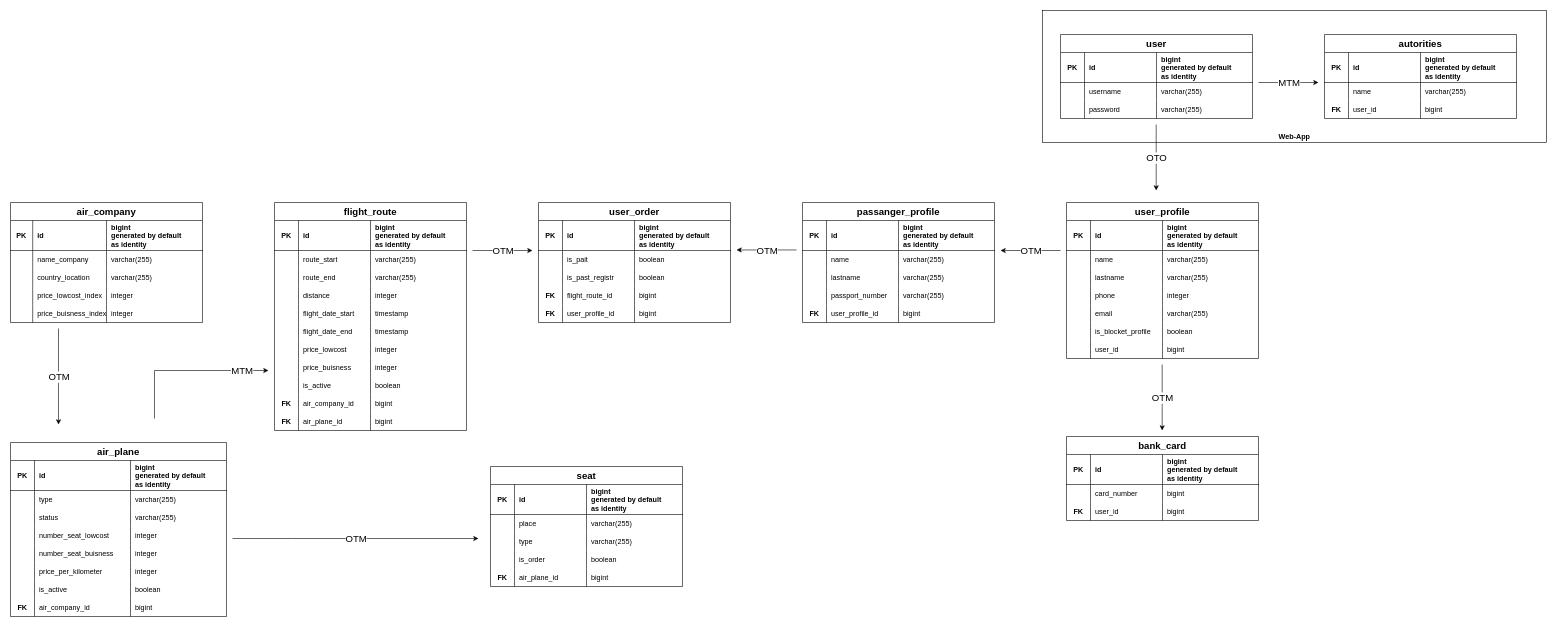
This is Untitled Diagram.drawio from anomalmishka/myProject, a draw.io file, before an edit. Source tidied: cells renumbered, new cells numbered last; positions are measured from the earlier drawing's top-left corner, leaving out a move shared by most shapes. Both pictures are drawn from the tidied source at 60%, with x=0, y=0 at pixel (10, 10).
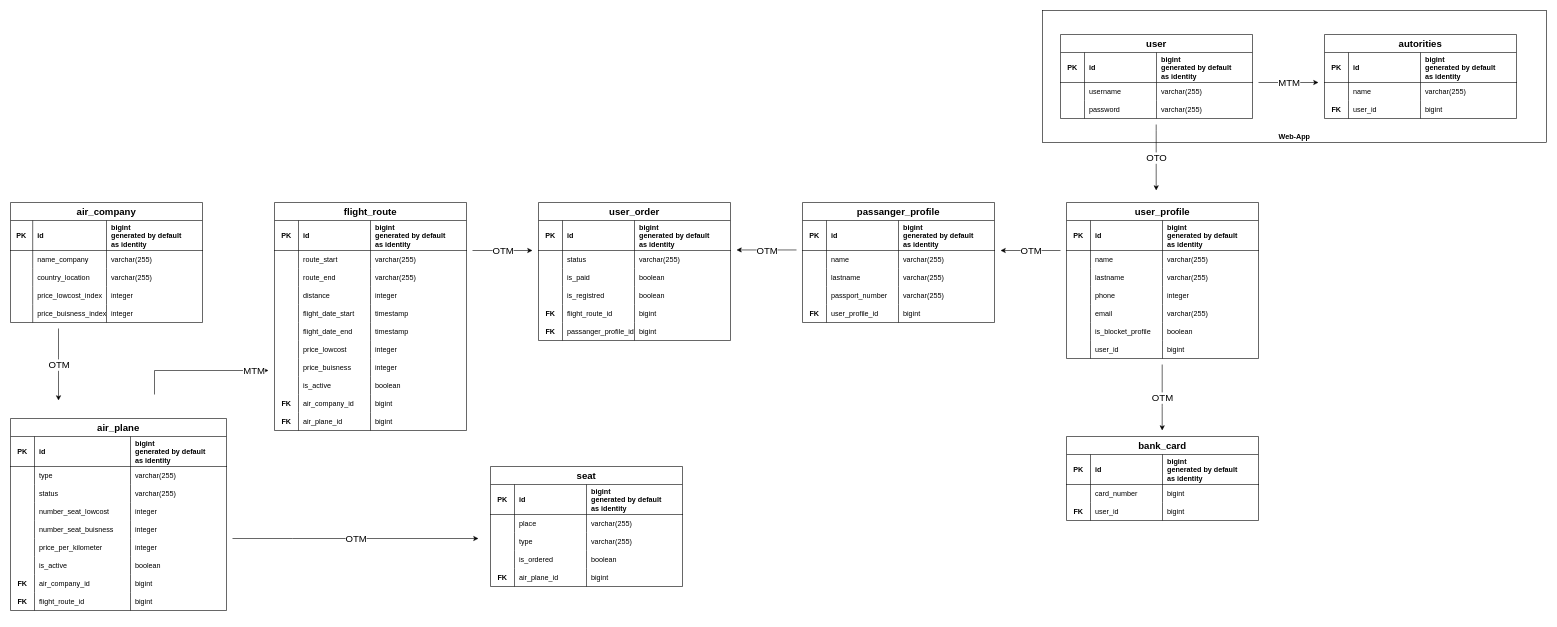
Above is the later version.

Unchanged cells that the change refers to:
```xml
<mxCell id="239" style="shape=partialRectangle;fillColor=none;top=0;left=0;right=0;bottom=0;" parent="226" vertex="1">
  <mxGeometry y="140" width="320" height="30" as="geometry" />
</mxCell>
```

Diff of the diagram source:
```diff
@@
     <mxCell id="66" style="endArrow=classic;html=1;rounded=0;fontSize=16;edgeStyle=orthogonalEdgeStyle;" parent="1" edge="1">
       <mxGeometry relative="1" as="geometry">
         <mxPoint x="80" y="530" as="sourcePoint" />
-        <mxPoint x="80" y="690" as="targetPoint" />
+        <mxPoint x="80" y="650" as="targetPoint" />
         <Array as="points">
           <mxPoint x="79.7" y="579" />
           <mxPoint x="79.7" y="799" />
         </Array>
       </mxGeometry>
     </mxCell>
@@
     <mxCell id="68" value="air_plane" style="shape=table;startSize=30;childLayout=tableLayout;rowLines=0;fontStyle=1;align=center;fontSize=16;spacing=2;" parent="1" vertex="1">
-      <mxGeometry y="720" width="360" height="290" as="geometry" />
+      <mxGeometry y="680" width="360" height="320" as="geometry" />
     </mxCell>
@@
+    <mxCell id="251" style="shape=partialRectangle;fillColor=none;top=0;left=0;right=0;bottom=0;" parent="68" vertex="1">
+      <mxGeometry y="290" width="360" height="30" as="geometry" />
+    </mxCell>
+    <mxCell id="252" value="FK" style="shape=partialRectangle;overflow=hidden;fillColor=none;top=0;left=0;bottom=0;right=0;fontStyle=1;" parent="251" vertex="1">
+      <mxGeometry width="40" height="30" as="geometry" />
+    </mxCell>
+    <mxCell id="253" value="flight_route_id" style="shape=partialRectangle;overflow=hidden;fillColor=none;top=0;left=0;bottom=0;right=0;align=left;spacingLeft=6;" parent="251" vertex="1">
+      <mxGeometry x="40" width="160" height="30" as="geometry" />
+    </mxCell>
+    <mxCell id="254" value="bigint" style="shape=partialRectangle;overflow=hidden;fillColor=none;top=0;left=0;bottom=0;right=0;align=left;spacingLeft=6;" parent="251" vertex="1">
+      <mxGeometry x="200" width="160" height="30" as="geometry" />
+    </mxCell>
@@
     <mxCell id="146" value="user_order" style="shape=table;startSize=30;childLayout=tableLayout;rowLines=0;fontStyle=1;align=center;fontSize=16;spacing=2;" parent="1" vertex="1">
-      <mxGeometry x="880" y="320" width="320" height="200" as="geometry" />
+      <mxGeometry x="880" y="320" width="320" height="230" as="geometry" />
     </mxCell>
@@
+    <mxCell id="255" style="shape=partialRectangle;fillColor=none;top=0;left=0;right=0;bottom=0;" parent="146" vertex="1">
+      <mxGeometry y="80" width="320" height="30" as="geometry" />
+    </mxCell>
+    <mxCell id="256" style="shape=partialRectangle;overflow=hidden;fillColor=none;top=0;left=0;bottom=0;right=0;" parent="255" vertex="1">
+      <mxGeometry width="40" height="30" as="geometry" />
+    </mxCell>
+    <mxCell id="257" value="status" style="shape=partialRectangle;overflow=hidden;fillColor=none;top=0;left=0;bottom=0;right=0;align=left;spacingLeft=6;" parent="255" vertex="1">
+      <mxGeometry x="40" width="120" height="30" as="geometry" />
+    </mxCell>
+    <mxCell id="258" value="varchar(255)" style="shape=partialRectangle;overflow=hidden;fillColor=none;top=0;left=0;bottom=0;right=0;align=left;spacingLeft=6;" parent="255" vertex="1">
+      <mxGeometry x="160" width="160" height="30" as="geometry" />
+    </mxCell>
     <mxCell id="151" style="shape=partialRectangle;fillColor=none;top=0;left=0;right=0;bottom=0;" parent="146" vertex="1">
-      <mxGeometry y="80" width="320" height="30" as="geometry" />
+      <mxGeometry y="110" width="320" height="30" as="geometry" />
     </mxCell>
@@
-    <mxCell id="153" value="is_pait" style="shape=partialRectangle;overflow=hidden;fillColor=none;top=0;left=0;bottom=0;right=0;align=left;spacingLeft=6;" parent="151" vertex="1">
+    <mxCell id="153" value="is_paid" style="shape=partialRectangle;overflow=hidden;fillColor=none;top=0;left=0;bottom=0;right=0;align=left;spacingLeft=6;" parent="151" vertex="1">
       <mxGeometry x="40" width="120" height="30" as="geometry" />
     </mxCell>
@@
     <mxCell id="155" style="shape=partialRectangle;fillColor=none;top=0;left=0;right=0;bottom=0;" parent="146" vertex="1">
-      <mxGeometry y="110" width="320" height="30" as="geometry" />
+      <mxGeometry y="140" width="320" height="30" as="geometry" />
     </mxCell>
@@
-    <mxCell id="157" value="is_past_registr" style="shape=partialRectangle;overflow=hidden;fillColor=none;top=0;left=0;bottom=0;right=0;align=left;spacingLeft=6;" parent="155" vertex="1">
+    <mxCell id="157" value="is_registred" style="shape=partialRectangle;overflow=hidden;fillColor=none;top=0;left=0;bottom=0;right=0;align=left;spacingLeft=6;" parent="155" vertex="1">
       <mxGeometry x="40" width="120" height="30" as="geometry" />
     </mxCell>
@@
     <mxCell id="159" style="shape=partialRectangle;fillColor=none;top=0;left=0;right=0;bottom=0;" parent="146" vertex="1">
-      <mxGeometry y="140" width="320" height="30" as="geometry" />
+      <mxGeometry y="170" width="320" height="30" as="geometry" />
     </mxCell>
@@
     <mxCell id="163" style="shape=partialRectangle;fillColor=none;top=0;left=0;right=0;bottom=0;" parent="146" vertex="1">
-      <mxGeometry y="170" width="320" height="30" as="geometry" />
+      <mxGeometry y="200" width="320" height="30" as="geometry" />
     </mxCell>
@@
-    <mxCell id="165" value="user_profile_id" style="shape=partialRectangle;overflow=hidden;fillColor=none;top=0;left=0;bottom=0;right=0;align=left;spacingLeft=6;" parent="163" vertex="1">
+    <mxCell id="165" value="passanger_profile_id" style="shape=partialRectangle;overflow=hidden;fillColor=none;top=0;left=0;bottom=0;right=0;align=left;spacingLeft=6;" parent="163" vertex="1">
       <mxGeometry x="40" width="120" height="30" as="geometry" />
     </mxCell>
@@
     <mxCell id="214" style="endArrow=classic;html=1;rounded=0;fontSize=16;edgeStyle=orthogonalEdgeStyle;" parent="1" edge="1">
       <mxGeometry relative="1" as="geometry">
-        <mxPoint x="240" y="680" as="sourcePoint" />
+        <mxPoint x="240" y="640" as="sourcePoint" />
         <mxPoint x="430" y="600" as="targetPoint" />
         <Array as="points">
           <mxPoint x="240" y="600" />
         </Array>
       </mxGeometry>
     </mxCell>
@@
-    <mxCell id="241" value="is_order" style="shape=partialRectangle;overflow=hidden;fillColor=none;top=0;left=0;bottom=0;right=0;align=left;spacingLeft=6;fontStyle=0;" parent="239" vertex="1">
+    <mxCell id="241" value="is_ordered" style="shape=partialRectangle;overflow=hidden;fillColor=none;top=0;left=0;bottom=0;right=0;align=left;spacingLeft=6;fontStyle=0;" parent="239" vertex="1">
       <mxGeometry x="40" width="120" height="30" as="geometry" />
     </mxCell>
```
